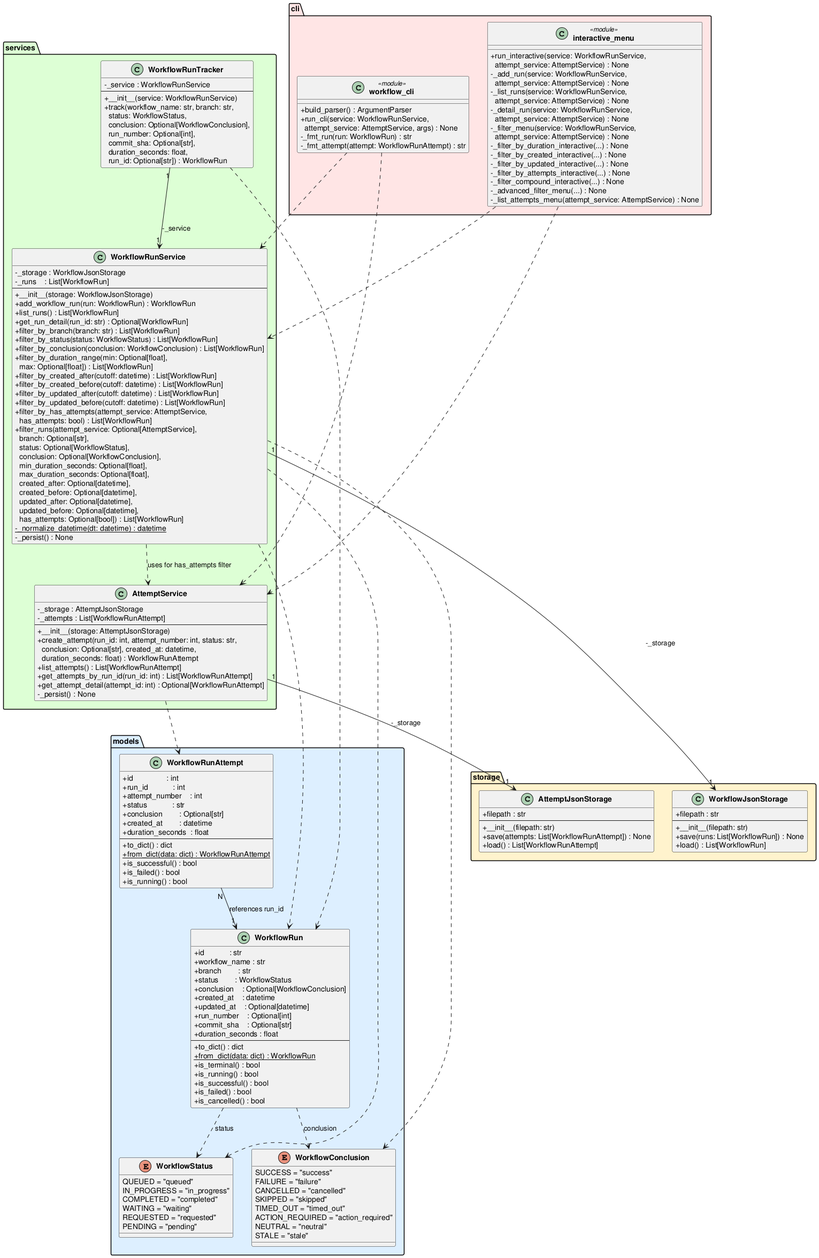
The PlantUML diagram experiments/supervisor_as_tools/structured_text/github-workflow-manager/artifacts/class_diagram.png in DanielRiha8906/Software_autoevolution_using_agents, before a commit.
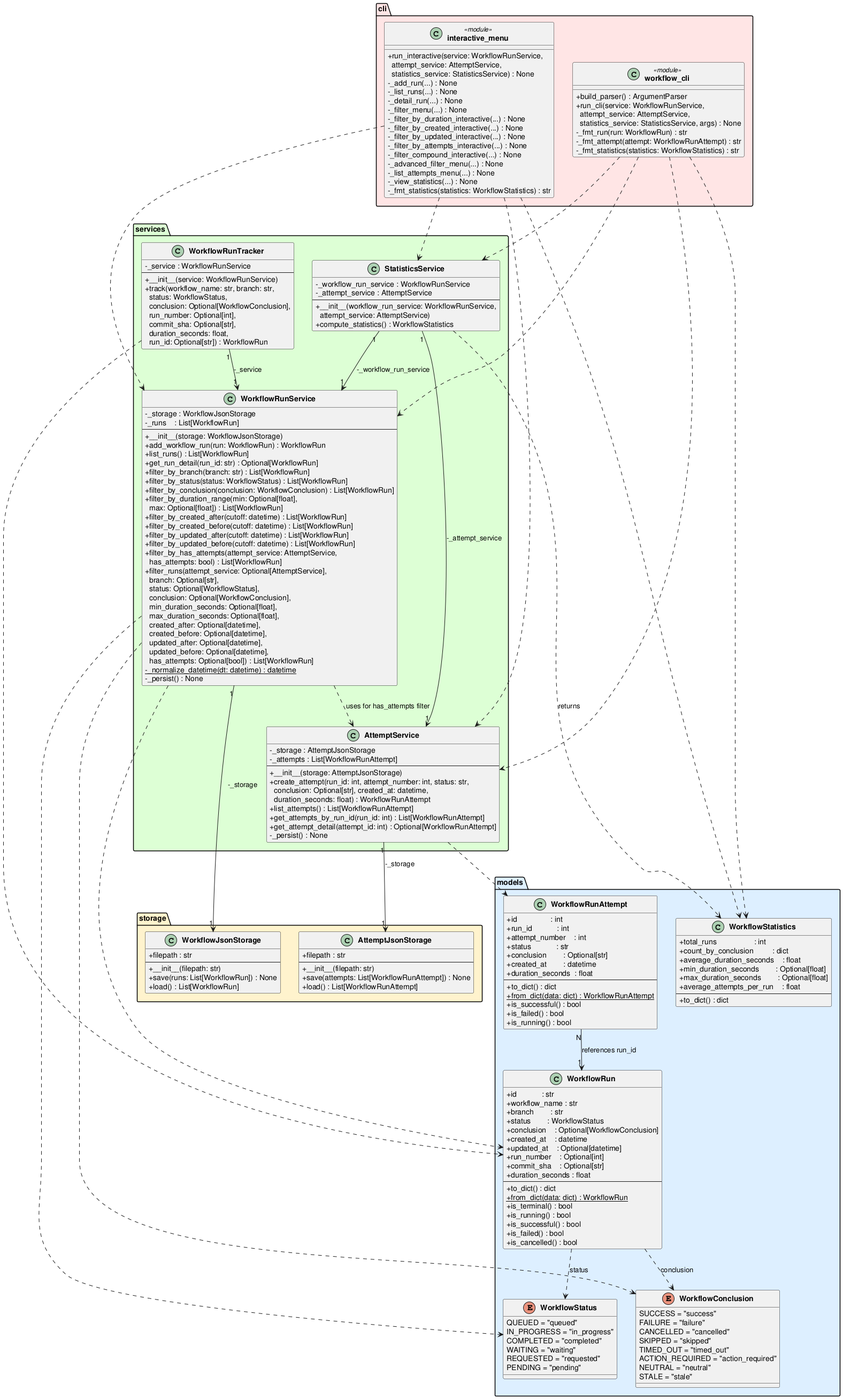
Above is the later version.

The edit, as a diff of the source:
```diff
@@ -60,6 +60,17 @@
         +is_failed() : bool
         +is_running() : bool
     }
+
+    class WorkflowStatistics {
+        +total_runs                  : int
+        +count_by_conclusion         : dict
+        +average_duration_seconds    : float
+        +min_duration_seconds        : Optional[float]
+        +max_duration_seconds        : Optional[float]
+        +average_attempts_per_run    : float
+        --
+        +to_dict() : dict
+    }
 }
 
 package "storage" #FFF3CC {
@@ -121,29 +132,40 @@
         +get_attempt_detail(attempt_id: int) : Optional[WorkflowRunAttempt]
         -_persist() : None
     }
+
+    class StatisticsService {
+        -_workflow_run_service : WorkflowRunService
+        -_attempt_service : AttemptService
+        --
+        +__init__(workflow_run_service: WorkflowRunService,\n  attempt_service: AttemptService)
+        +compute_statistics() : WorkflowStatistics
+    }
 }
 
 package "cli" #FFE5E5 {
     class "workflow_cli" <<module>> {
         +build_parser() : ArgumentParser
-        +run_cli(service: WorkflowRunService,\n  attempt_service: AttemptService, args) : None
+        +run_cli(service: WorkflowRunService,\n  attempt_service: AttemptService,\n  statistics_service: StatisticsService, args) : None
         -_fmt_run(run: WorkflowRun) : str
         -_fmt_attempt(attempt: WorkflowRunAttempt) : str
+        -_fmt_statistics(statistics: WorkflowStatistics) : str
     }
 
     class "interactive_menu" <<module>> {
-        +run_interactive(service: WorkflowRunService,\n  attempt_service: AttemptService) : None
-        -_add_run(service: WorkflowRunService,\n  attempt_service: AttemptService) : None
-        -_list_runs(service: WorkflowRunService,\n  attempt_service: AttemptService) : None
-        -_detail_run(service: WorkflowRunService,\n  attempt_service: AttemptService) : None
-        -_filter_menu(service: WorkflowRunService,\n  attempt_service: AttemptService) : None
+        +run_interactive(service: WorkflowRunService,\n  attempt_service: AttemptService,\n  statistics_service: StatisticsService) : None
+        -_add_run(...) : None
+        -_list_runs(...) : None
+        -_detail_run(...) : None
+        -_filter_menu(...) : None
         -_filter_by_duration_interactive(...) : None
         -_filter_by_created_interactive(...) : None
         -_filter_by_updated_interactive(...) : None
         -_filter_by_attempts_interactive(...) : None
         -_filter_compound_interactive(...) : None
         -_advanced_filter_menu(...) : None
-        -_list_attempts_menu(attempt_service: AttemptService) : None
+        -_list_attempts_menu(...) : None
+        -_view_statistics(...) : None
+        -_fmt_statistics(statistics: WorkflowStatistics) : str
     }
 }
 
@@ -159,9 +181,16 @@
 WorkflowRunTracker         ..>  WorkflowRun
 AttemptService       "1" --> "1" AttemptJsonStorage  : -_storage
 AttemptService            ..>  WorkflowRunAttempt
+StatisticsService    "1" --> "1" WorkflowRunService  : -_workflow_run_service
+StatisticsService    "1" --> "1" AttemptService      : -_attempt_service
+StatisticsService         ..>  WorkflowStatistics    : returns
 "workflow_cli"             ..>  WorkflowRunService
 "workflow_cli"             ..>  AttemptService
+"workflow_cli"             ..>  StatisticsService
+"workflow_cli"             ..>  WorkflowStatistics
 "interactive_menu"         ..>  WorkflowRunService
 "interactive_menu"         ..>  AttemptService
+"interactive_menu"         ..>  StatisticsService
+"interactive_menu"         ..>  WorkflowStatistics
 
 @enduml
```
